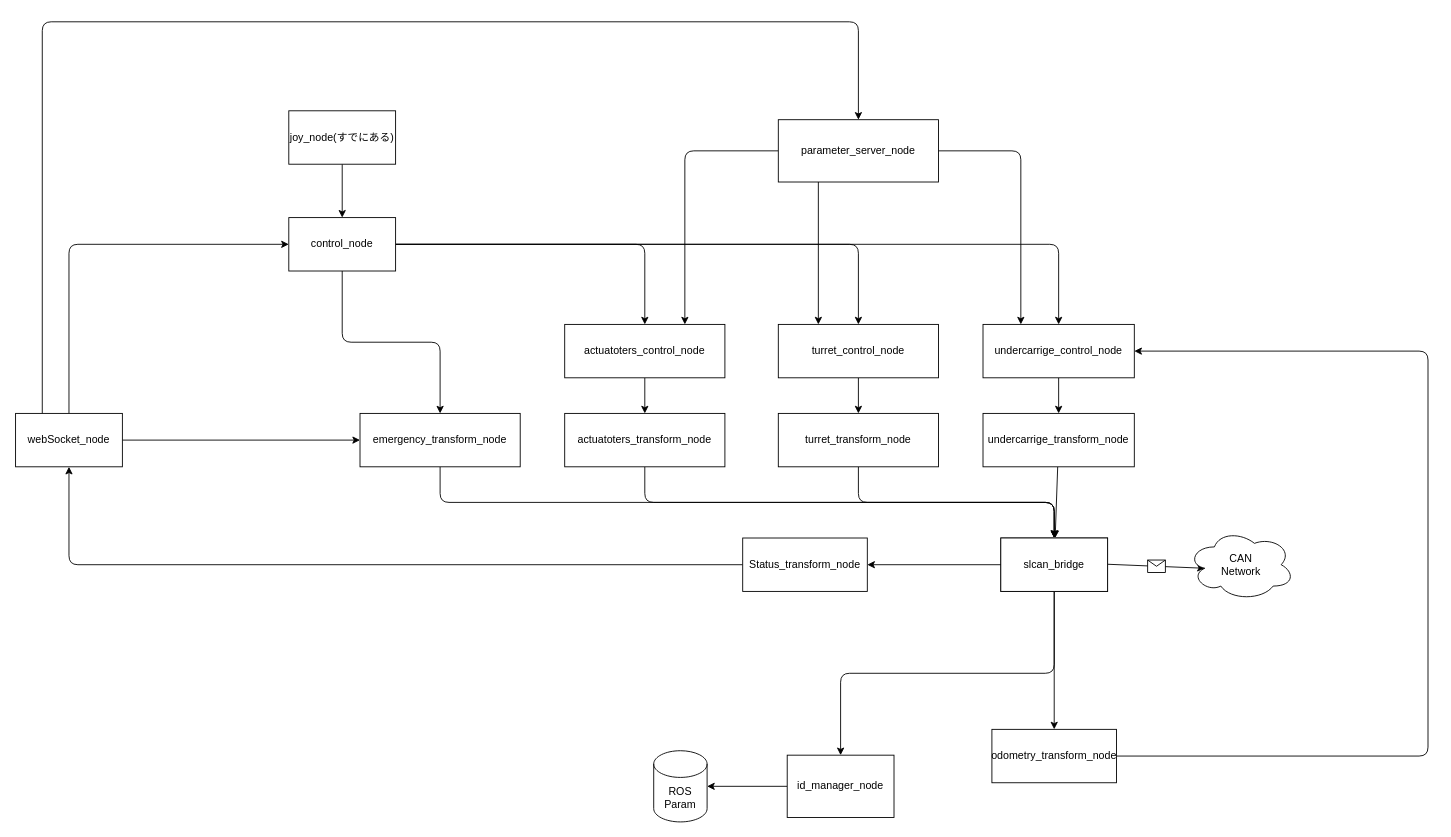
Earlier version of the draw.io diagram Connection.drawio (IndigoCarmine/chiba_robot_senior_team). Source tidied: cells renumbered, new cells numbered last; positions are measured from the earlier drawing's top-left corner, leaving out a move shared by most shapes. Both pictures are drawn from the tidied source at 89%, with x=0, y=0 at pixel (15, 21).
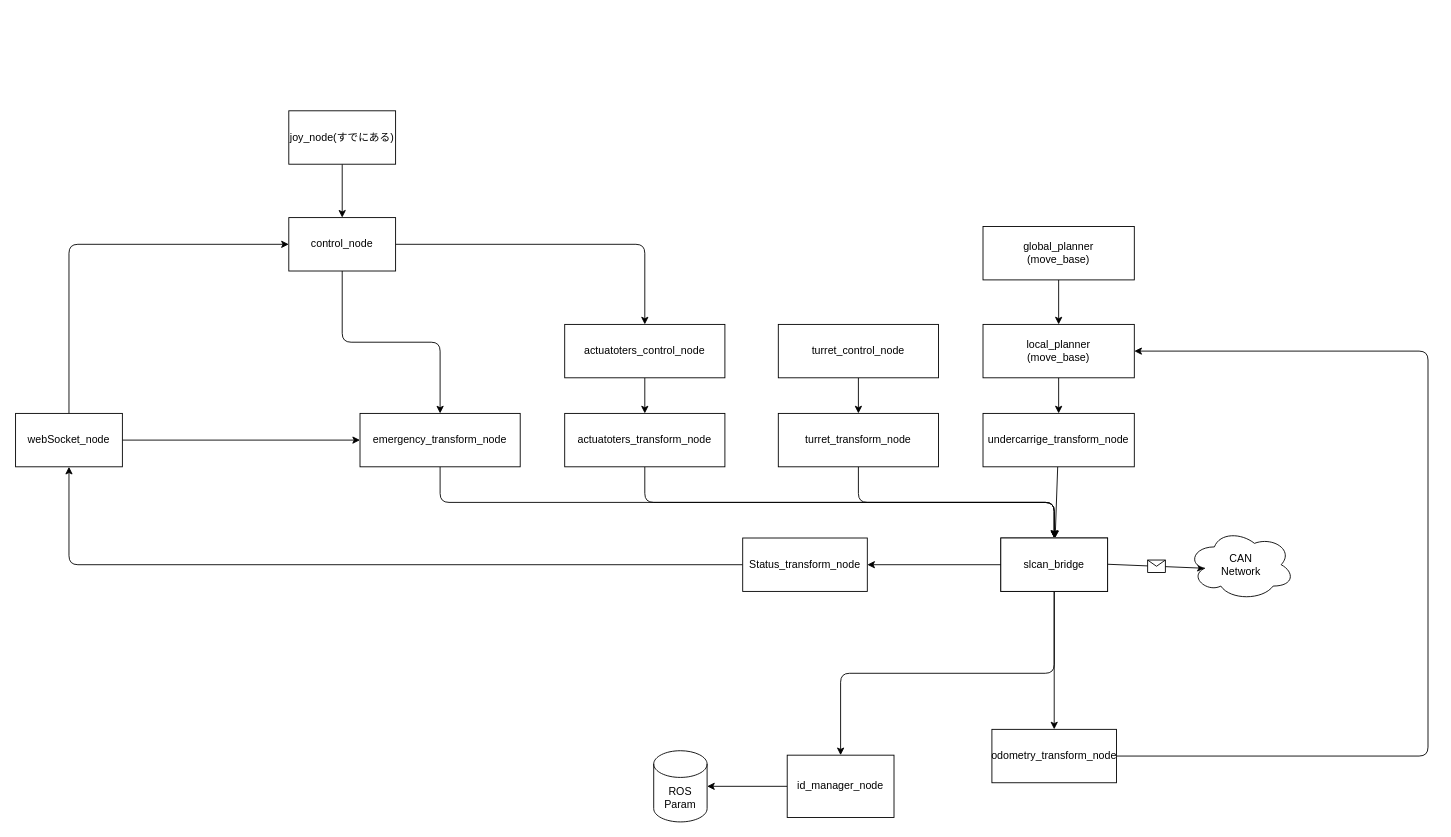
After the change.

The change refers to these unchanged cells:
```xml
<mxCell id="15" value="turret_control_node" style="rounded=0;whiteSpace=wrap;html=1;" parent="1" vertex="1">
  <mxGeometry x="857" y="340" width="180" height="60" as="geometry" />
</mxCell>
<mxCell id="25" value="control_node" style="rounded=0;whiteSpace=wrap;html=1;" parent="1" vertex="1">
  <mxGeometry x="307" y="220" width="120" height="60" as="geometry" />
</mxCell>
<mxCell id="29" value="webSocket_node" style="rounded=0;whiteSpace=wrap;html=1;" parent="1" vertex="1">
  <mxGeometry y="440" width="120" height="60" as="geometry" />
</mxCell>
<mxCell id="37" value="actuatoters_control_node" style="rounded=0;whiteSpace=wrap;html=1;" parent="1" vertex="1">
  <mxGeometry x="617" y="340" width="180" height="60" as="geometry" />
</mxCell>
```

Change to the diagram source:
```diff
@@
-    <mxCell id="17" value="undercarrige_control_node" style="rounded=0;whiteSpace=wrap;html=1;" parent="1" vertex="1">
+    <mxCell id="17" value="local_planner&lt;br&gt;(move_base)" style="rounded=0;whiteSpace=wrap;html=1;" parent="1" vertex="1">
       <mxGeometry x="1087" y="340" width="170" height="60" as="geometry" />
     </mxCell>
@@
-    <mxCell id="21" style="edgeStyle=orthogonalEdgeStyle;html=1;exitX=1;exitY=0.5;exitDx=0;exitDy=0;" parent="1" edge="1" source="25" target="15">
-      <mxGeometry relative="1" as="geometry" />
-    </mxCell>
-    <mxCell id="22" style="edgeStyle=orthogonalEdgeStyle;html=1;exitX=1;exitY=0.5;exitDx=0;exitDy=0;" parent="1" edge="1" source="25" target="17">
-      <mxGeometry relative="1" as="geometry" />
-    </mxCell>
@@
-    <mxCell id="28" style="edgeStyle=orthogonalEdgeStyle;html=1;exitX=0.25;exitY=0;exitDx=0;exitDy=0;entryX=0.5;entryY=0;entryDx=0;entryDy=0;" parent="1" edge="1" source="29" target="45">
-      <mxGeometry relative="1" as="geometry">
-        <Array as="points">
-          <mxPoint x="30" />
-          <mxPoint x="947" />
-        </Array>
-      </mxGeometry>
-    </mxCell>
@@
-    <mxCell id="42" style="edgeStyle=orthogonalEdgeStyle;html=1;exitX=0;exitY=0.5;exitDx=0;exitDy=0;entryX=0.75;entryY=0;entryDx=0;entryDy=0;" parent="1" edge="1" source="45" target="37">
-      <mxGeometry relative="1" as="geometry" />
-    </mxCell>
-    <mxCell id="43" style="edgeStyle=orthogonalEdgeStyle;html=1;exitX=0.25;exitY=1;exitDx=0;exitDy=0;entryX=0.25;entryY=0;entryDx=0;entryDy=0;" parent="1" edge="1" source="45" target="15">
-      <mxGeometry relative="1" as="geometry" />
-    </mxCell>
-    <mxCell id="44" style="edgeStyle=orthogonalEdgeStyle;html=1;exitX=1;exitY=0.5;exitDx=0;exitDy=0;entryX=0.25;entryY=0;entryDx=0;entryDy=0;" parent="1" edge="1" source="45" target="17">
-      <mxGeometry relative="1" as="geometry" />
-    </mxCell>
-    <mxCell id="45" value="parameter_server_node" style="rounded=0;whiteSpace=wrap;html=1;" parent="1" vertex="1">
-      <mxGeometry x="857" y="110" width="180" height="70" as="geometry" />
-    </mxCell>
+    <mxCell id="46" style="edgeStyle=orthogonalEdgeStyle;html=1;exitX=0.5;exitY=1;exitDx=0;exitDy=0;entryX=0.5;entryY=0;entryDx=0;entryDy=0;" parent="1" edge="1" source="47" target="17">
+      <mxGeometry relative="1" as="geometry" />
+    </mxCell>
+    <mxCell id="47" value="global_planner&lt;br&gt;(move_base)" style="rounded=0;whiteSpace=wrap;html=1;" parent="1" vertex="1">
+      <mxGeometry x="1087" y="230" width="170" height="60" as="geometry" />
+    </mxCell>
```
